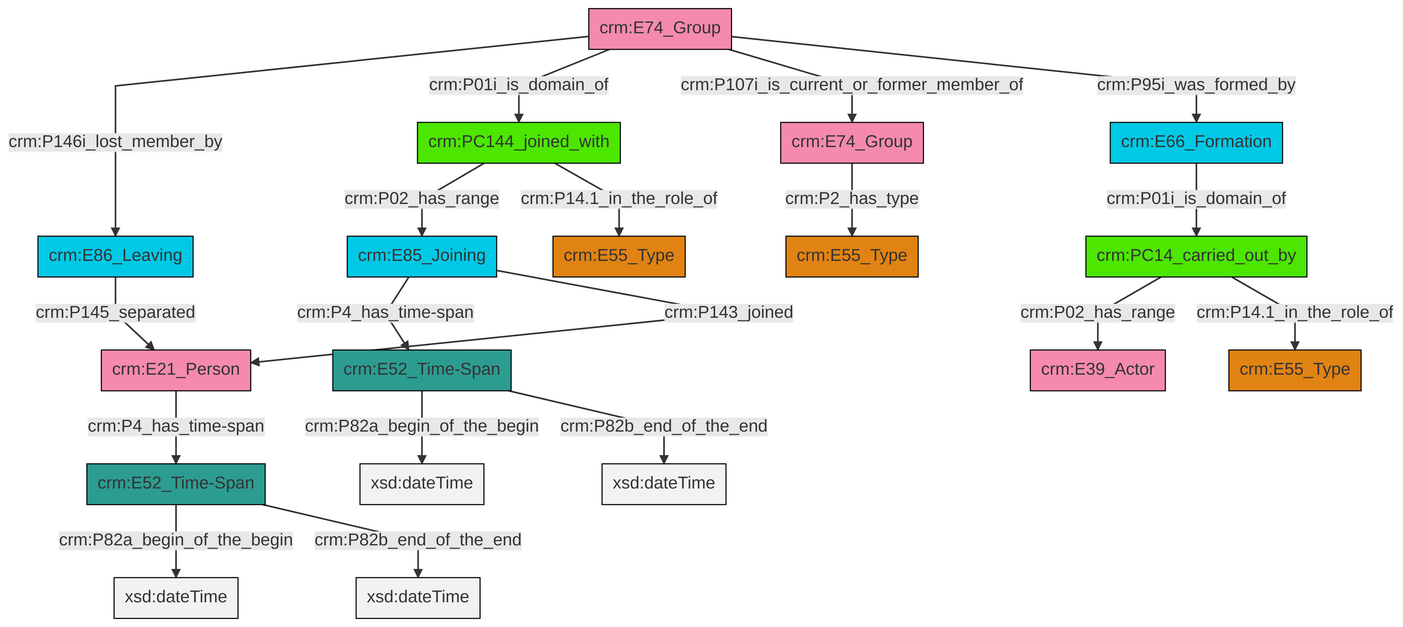
Above: et/groupCSV/ttl/mmd/png/group_actor_relations.png in swiss-art-research-net/docs.swissartresearch (Mermaid), before the change. Its source is kept beside it as et/groupCSV/ttl/mmd/group_actor_relations.ttl.mmd.
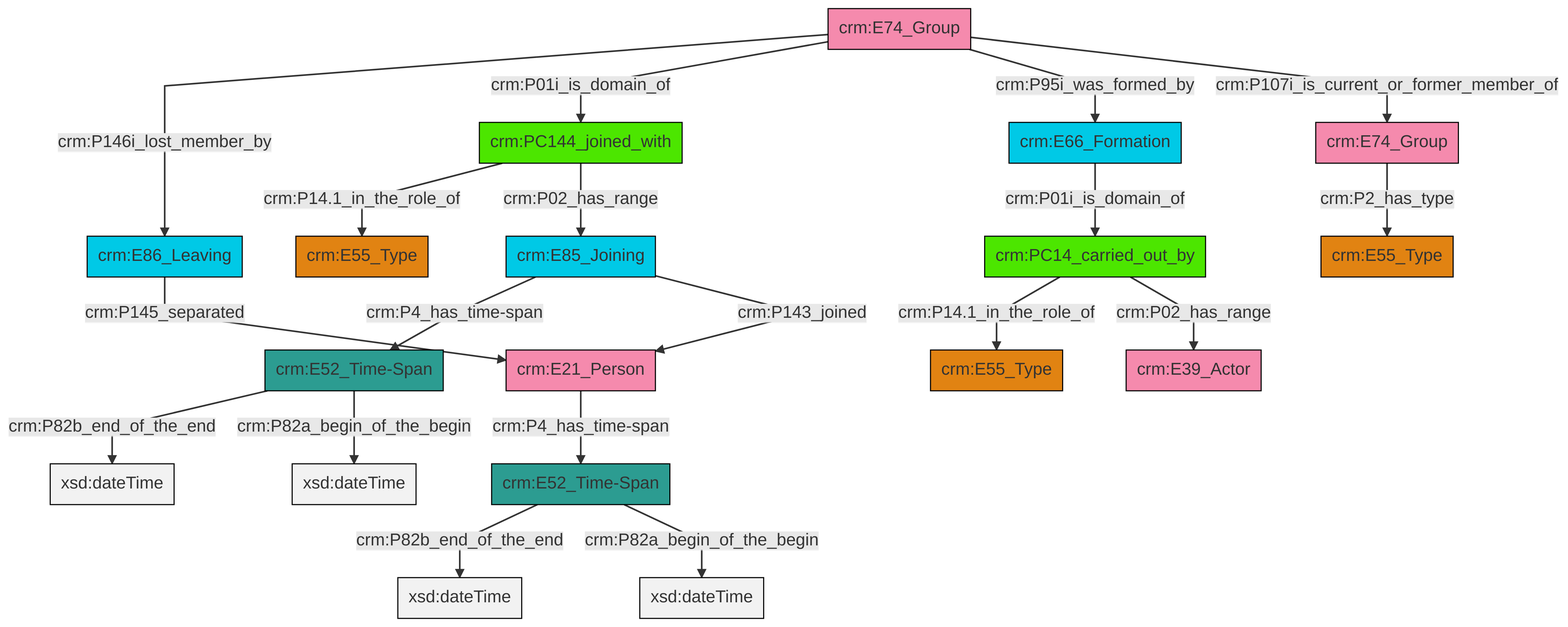
Above is the later version.

What changed in the source:
```diff
@@ -13,21 +13,21 @@
 classDef PC_Classes fill:#4ce600, stroke:#000000;
 classDef Multi fill:#cccccc,stroke:#000000;
 
-0["crm:E52_Time-Span"]:::Time-Span -->|crm:P82a_begin_of_the_begin| 1[xsd:dateTime]:::Literal
-6["crm:PC144_joined_with"]:::PC_Classes -->|crm:P02_has_range| 7["crm:E85_Joining"]:::Temporal_Entity
-8["crm:E74_Group"]:::Actor -->|crm:P146i_lost_member_by| 9["crm:E86_Leaving"]:::Temporal_Entity
-9["crm:E86_Leaving"]:::Temporal_Entity -->|crm:P145_separated| 10["crm:E21_Person"]:::Actor
-11["crm:PC14_carried_out_by"]:::PC_Classes -->|crm:P02_has_range| 12["crm:E39_Actor"]:::Actor
-11["crm:PC14_carried_out_by"]:::PC_Classes -->|crm:P14.1_in_the_role_of| 13["crm:E55_Type"]:::Type
-16["crm:E52_Time-Span"]:::Time-Span -->|crm:P82a_begin_of_the_begin| 17[xsd:dateTime]:::Literal
-10["crm:E21_Person"]:::Actor -->|crm:P4_has_time-span| 0["crm:E52_Time-Span"]:::Time-Span
-7["crm:E85_Joining"]:::Temporal_Entity -->|crm:P4_has_time-span| 16["crm:E52_Time-Span"]:::Time-Span
-7["crm:E85_Joining"]:::Temporal_Entity -->|crm:P143_joined| 10["crm:E21_Person"]:::Actor
-0["crm:E52_Time-Span"]:::Time-Span -->|crm:P82b_end_of_the_end| 22[xsd:dateTime]:::Literal
-16["crm:E52_Time-Span"]:::Time-Span -->|crm:P82b_end_of_the_end| 26[xsd:dateTime]:::Literal
-2["crm:E74_Group"]:::Actor -->|crm:P2_has_type| 14["crm:E55_Type"]:::Type
-8["crm:E74_Group"]:::Actor -->|crm:P01i_is_domain_of| 6["crm:PC144_joined_with"]:::PC_Classes
-8["crm:E74_Group"]:::Actor -->|crm:P107i_is_current_or_former_member_of| 2["crm:E74_Group"]:::Actor
-4["crm:E66_Formation"]:::Temporal_Entity -->|crm:P01i_is_domain_of| 11["crm:PC14_carried_out_by"]:::PC_Classes
-8["crm:E74_Group"]:::Actor -->|crm:P95i_was_formed_by| 4["crm:E66_Formation"]:::Temporal_Entity
-6["crm:PC144_joined_with"]:::PC_Classes -->|crm:P14.1_in_the_role_of| 23["crm:E55_Type"]:::Type
+2["crm:E52_Time-Span"]:::Time-Span -->|crm:P82b_end_of_the_end| 3[xsd:dateTime]:::Literal
+4["crm:E86_Leaving"]:::Temporal_Entity -->|crm:P145_separated| 5["crm:E21_Person"]:::Actor
+10["crm:E66_Formation"]:::Temporal_Entity -->|crm:P01i_is_domain_of| 8["crm:PC14_carried_out_by"]:::PC_Classes
+8["crm:PC14_carried_out_by"]:::PC_Classes -->|crm:P14.1_in_the_role_of| 11["crm:E55_Type"]:::Type
+6["crm:E74_Group"]:::Actor -->|crm:P146i_lost_member_by| 4["crm:E86_Leaving"]:::Temporal_Entity
+8["crm:PC14_carried_out_by"]:::PC_Classes -->|crm:P02_has_range| 13["crm:E39_Actor"]:::Actor
+15["crm:PC144_joined_with"]:::PC_Classes -->|crm:P14.1_in_the_role_of| 16["crm:E55_Type"]:::Type
+15["crm:PC144_joined_with"]:::PC_Classes -->|crm:P02_has_range| 17["crm:E85_Joining"]:::Temporal_Entity
+17["crm:E85_Joining"]:::Temporal_Entity -->|crm:P4_has_time-span| 2["crm:E52_Time-Span"]:::Time-Span
+6["crm:E74_Group"]:::Actor -->|crm:P01i_is_domain_of| 15["crm:PC144_joined_with"]:::PC_Classes
+20["crm:E52_Time-Span"]:::Time-Span -->|crm:P82b_end_of_the_end| 21[xsd:dateTime]:::Literal
+6["crm:E74_Group"]:::Actor -->|crm:P95i_was_formed_by| 10["crm:E66_Formation"]:::Temporal_Entity
+0["crm:E74_Group"]:::Actor -->|crm:P2_has_type| 28["crm:E55_Type"]:::Type
+5["crm:E21_Person"]:::Actor -->|crm:P4_has_time-span| 20["crm:E52_Time-Span"]:::Time-Span
+2["crm:E52_Time-Span"]:::Time-Span -->|crm:P82a_begin_of_the_begin| 29[xsd:dateTime]:::Literal
+20["crm:E52_Time-Span"]:::Time-Span -->|crm:P82a_begin_of_the_begin| 31[xsd:dateTime]:::Literal
+6["crm:E74_Group"]:::Actor -->|crm:P107i_is_current_or_former_member_of| 0["crm:E74_Group"]:::Actor
+17["crm:E85_Joining"]:::Temporal_Entity -->|crm:P143_joined| 5["crm:E21_Person"]:::Actor
```
